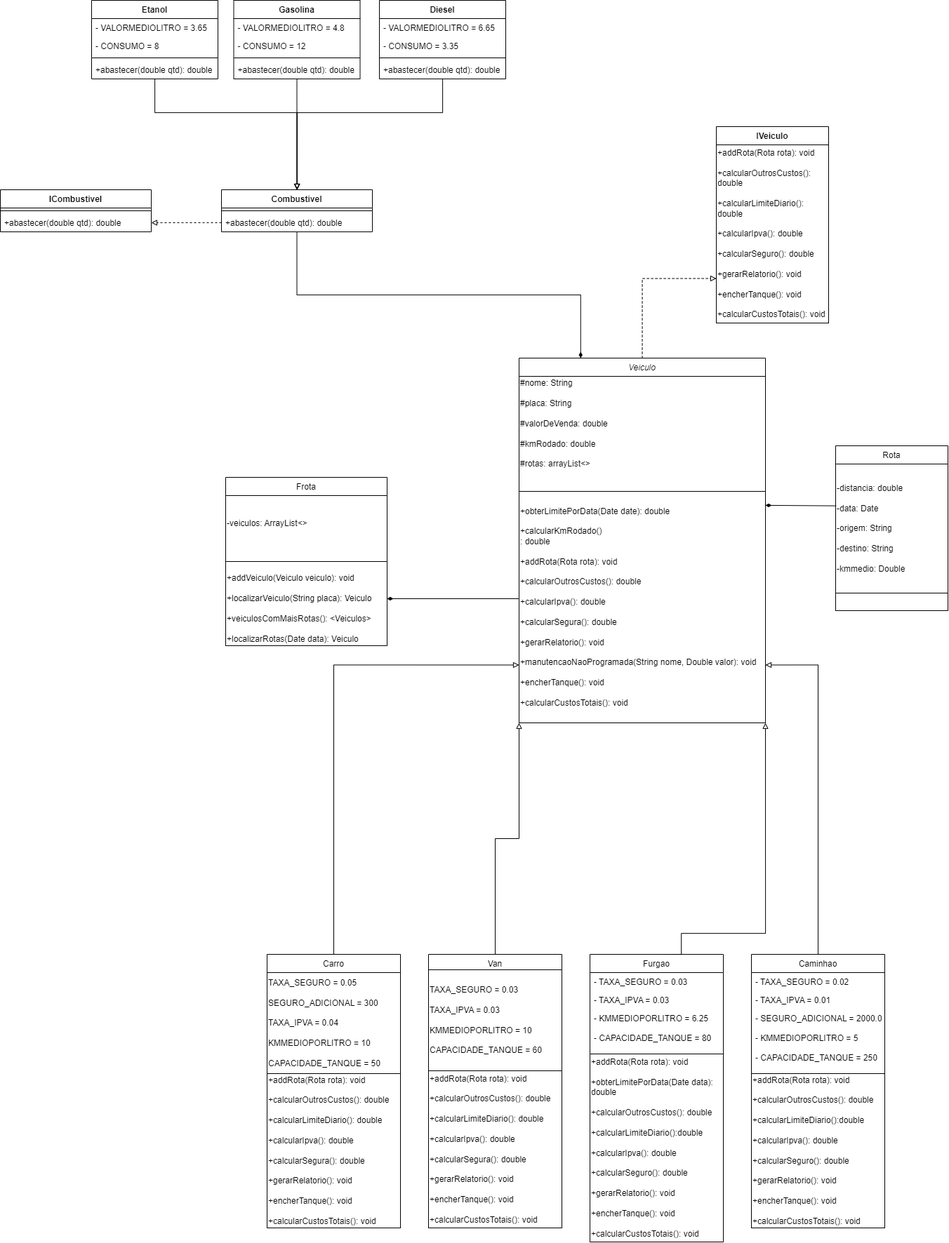
This is docs/diagramas/Diagrama de Classes 4.png from DisciplinasProgramacao/projetos-3-4-5-grupo-8, a draw.io export, as it was before one commit. Source tidied: cells renumbered, new cells last; positions are measured from the earlier drawing's top-left corner, leaving out a move shared by most shapes.
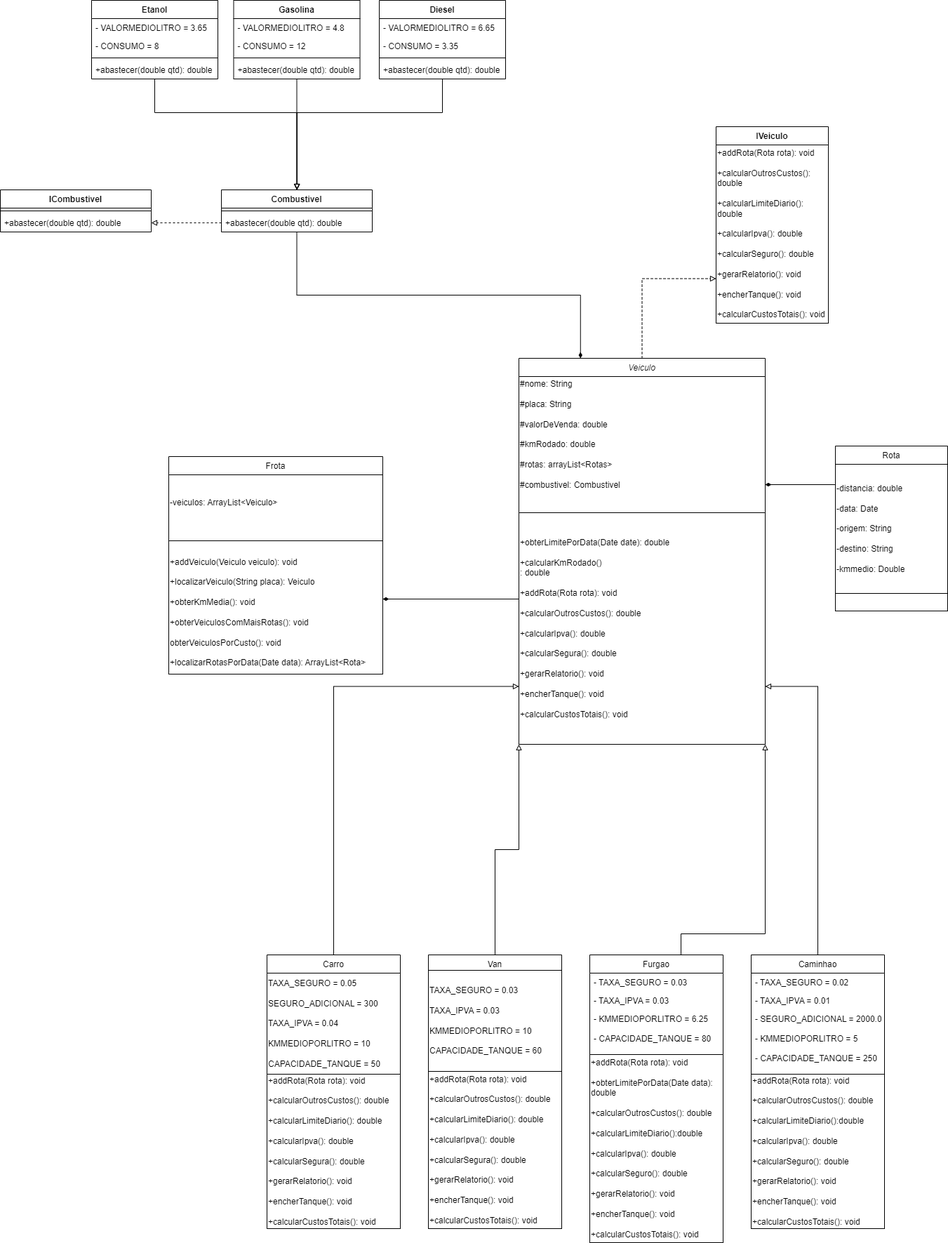
The same file after the commit.

Diff of the diagram source:
```diff
@@ -6,13 +6,13 @@
       <mxGeometry relative="1" as="geometry" />
     </mxCell>
     <mxCell id="3" value="Veiculo" style="swimlane;fontStyle=2;align=center;verticalAlign=top;horizontal=1;startSize=26;rounded=0;shadow=0;strokeWidth=1;" parent="1" vertex="1">
-      <mxGeometry x="739" y="510" width="351" height="520" as="geometry" />
+      <mxGeometry x="739" y="510" width="351" height="550" as="geometry" />
     </mxCell>
-    <mxCell id="4" value="&lt;div&gt;#nome: String&lt;/div&gt;&lt;div&gt;&lt;br&gt;&lt;/div&gt;&lt;div&gt;#placa: String&lt;/div&gt;&lt;div&gt;&lt;br&gt;&lt;/div&gt;&lt;div&gt;#valorDeVenda: double&lt;/div&gt;&lt;div&gt;&lt;br&gt;&lt;/div&gt;&lt;div&gt;#kmRodado: double&lt;/div&gt;&lt;div&gt;&lt;br&gt;&lt;/div&gt;&lt;div&gt;#rotas: arrayList&amp;lt;&amp;gt;&lt;br&gt;&lt;/div&gt;&lt;div&gt;&lt;br&gt;&lt;/div&gt;&lt;div&gt;&lt;br&gt;&lt;/div&gt;" style="rounded=0;whiteSpace=wrap;html=1;align=left;" parent="3" vertex="1">
-      <mxGeometry y="26" width="351" height="164" as="geometry" />
+    <mxCell id="4" value="&lt;div&gt;#nome: String&lt;/div&gt;&lt;div&gt;&lt;br&gt;&lt;/div&gt;&lt;div&gt;#placa: String&lt;/div&gt;&lt;div&gt;&lt;br&gt;&lt;/div&gt;&lt;div&gt;#valorDeVenda: double&lt;/div&gt;&lt;div&gt;&lt;br&gt;&lt;/div&gt;&lt;div&gt;#kmRodado: double&lt;/div&gt;&lt;div&gt;&lt;br&gt;&lt;/div&gt;&lt;div&gt;#rotas: arrayList&amp;lt;Rotas&amp;gt;&lt;br&gt;&lt;/div&gt;&lt;div&gt;&lt;br&gt;&lt;/div&gt;&lt;div&gt;#combustivel: Combustivel&lt;/div&gt;&lt;div&gt;&lt;br&gt;&lt;/div&gt;&lt;div&gt;&lt;br&gt;&lt;/div&gt;" style="rounded=0;whiteSpace=wrap;html=1;align=left;" parent="3" vertex="1">
+      <mxGeometry y="26" width="351" height="194" as="geometry" />
     </mxCell>
-    <mxCell id="5" value="&lt;div&gt;&lt;span style=&quot;background-color: initial;&quot;&gt;+obterLimitePorData(Date date): double&lt;/span&gt;&lt;br&gt;&lt;/div&gt;&lt;div&gt;&lt;br&gt;&lt;/div&gt;&lt;div&gt;+calcularKmRodado()&lt;br&gt;&lt;/div&gt;&lt;div&gt;: double&lt;/div&gt;&lt;div&gt;&lt;br&gt;&lt;/div&gt;&lt;div&gt;+addRota(Rota rota): void&lt;/div&gt;&lt;div&gt;&lt;br&gt;&lt;/div&gt;&lt;div&gt;+calcularOutrosCustos(): double&lt;/div&gt;&lt;div&gt;&lt;br&gt;&lt;/div&gt;&lt;div&gt;+calcularIpva(): double&lt;/div&gt;&lt;div&gt;&lt;br&gt;&lt;/div&gt;&lt;div&gt;+calcularSegura(): double&lt;/div&gt;&lt;div&gt;&lt;br&gt;&lt;/div&gt;&lt;div&gt;+gerarRelatorio(): void&lt;br&gt;&lt;/div&gt;&lt;div&gt;&lt;br&gt;&lt;/div&gt;&lt;div&gt;+manutencaoNaoProgramada(String nome, Double valor): void&amp;nbsp;&lt;/div&gt;&lt;div&gt;&lt;br&gt;&lt;/div&gt;&lt;div&gt;+encherTanque(): void&lt;br&gt;&lt;/div&gt;&lt;div&gt;&lt;br&gt;&lt;/div&gt;&lt;div&gt;+calcularCustosTotais(): void&lt;br&gt;&lt;/div&gt;" style="rounded=0;whiteSpace=wrap;html=1;align=left;" parent="3" vertex="1">
-      <mxGeometry y="190" width="351" height="330" as="geometry" />
+    <mxCell id="5" value="&lt;div&gt;&lt;span style=&quot;background-color: initial;&quot;&gt;+obterLimitePorData(Date date): double&lt;/span&gt;&lt;br&gt;&lt;/div&gt;&lt;div&gt;&lt;br&gt;&lt;/div&gt;&lt;div&gt;+calcularKmRodado()&lt;br&gt;&lt;/div&gt;&lt;div&gt;: double&lt;/div&gt;&lt;div&gt;&lt;br&gt;&lt;/div&gt;&lt;div&gt;+addRota(Rota rota): void&lt;/div&gt;&lt;div&gt;&lt;br&gt;&lt;/div&gt;&lt;div&gt;+calcularOutrosCustos(): double&lt;/div&gt;&lt;div&gt;&lt;br&gt;&lt;/div&gt;&lt;div&gt;+calcularIpva(): double&lt;/div&gt;&lt;div&gt;&lt;br&gt;&lt;/div&gt;&lt;div&gt;+calcularSegura(): double&lt;/div&gt;&lt;div&gt;&lt;br&gt;&lt;/div&gt;&lt;div&gt;+gerarRelatorio(): void&lt;br&gt;&lt;/div&gt;&lt;div&gt;&lt;br&gt;&lt;/div&gt;&lt;div&gt;+encherTanque(): void&lt;br&gt;&lt;/div&gt;&lt;div&gt;&lt;br&gt;&lt;/div&gt;&lt;div&gt;+calcularCustosTotais(): void&lt;br&gt;&lt;/div&gt;" style="rounded=0;whiteSpace=wrap;html=1;align=left;" parent="3" vertex="1">
+      <mxGeometry y="220" width="351" height="330" as="geometry" />
     </mxCell>
     <mxCell id="6" value="Rota" style="swimlane;fontStyle=0;align=center;verticalAlign=top;horizontal=1;startSize=26;rounded=0;shadow=0;strokeWidth=1;" parent="1" vertex="1">
       <mxGeometry x="1190" y="635" width="160" height="210" as="geometry" />
@@ -20,8 +20,12 @@
     <mxCell id="7" value="&lt;div&gt;-distancia: double&lt;/div&gt;&lt;div&gt;&lt;br&gt;&lt;/div&gt;&lt;div&gt;-data: Date&lt;/div&gt;&lt;div&gt;&lt;br&gt;&lt;/div&gt;&lt;div&gt;-origem: String&lt;/div&gt;&lt;div&gt;&lt;br&gt;&lt;/div&gt;&lt;div&gt;-destino: String&lt;br&gt;&lt;/div&gt;&lt;div&gt;&lt;br&gt;&lt;/div&gt;&lt;div&gt;-kmmedio: Double&lt;/div&gt;" style="rounded=0;whiteSpace=wrap;html=1;fontSize=12;align=left;" parent="6" vertex="1">
       <mxGeometry y="26" width="160" height="184" as="geometry" />
     </mxCell>
-    <mxCell id="8" style="endArrow=diamondThin;shadow=0;strokeWidth=1;rounded=0;endFill=1;edgeStyle=elbowEdgeStyle;elbow=vertical;exitX=0.004;exitY=0.324;exitDx=0;exitDy=0;exitPerimeter=0;align=left;" parent="1" edge="1" source="7" target="5">
+    <mxCell id="8" style="endArrow=diamondThin;shadow=0;strokeWidth=1;rounded=0;endFill=1;edgeStyle=elbowEdgeStyle;elbow=vertical;align=left;" parent="1" edge="1" target="4">
       <mxGeometry x="0.5" y="41" relative="1" as="geometry">
+        <mxPoint x="1190" y="700" as="sourcePoint" />
+        <Array as="points">
+          <mxPoint x="1160" y="690" />
+        </Array>
         <mxPoint x="-40" y="32" as="offset" />
       </mxGeometry>
     </mxCell>
@@ -50,10 +54,10 @@
       <mxGeometry y="78" width="190" height="92" as="geometry" />
     </mxCell>
     <mxCell id="17" value="Frota" style="swimlane;fontStyle=0;align=center;verticalAlign=top;horizontal=1;startSize=26;rounded=0;shadow=0;strokeWidth=1;" parent="1" vertex="1">
-      <mxGeometry x="321" y="680" width="230" height="120" as="geometry" />
+      <mxGeometry x="240" y="650" width="305" height="120" as="geometry" />
     </mxCell>
-    <mxCell id="18" value="&lt;font style=&quot;font-size: 12px;&quot;&gt;-veiculos: ArrayList&amp;lt;&amp;gt;&lt;br&gt;&lt;br&gt;&lt;/font&gt;" style="rounded=0;whiteSpace=wrap;html=1;fontSize=8;align=left;" parent="17" vertex="1">
-      <mxGeometry y="26" width="230" height="94" as="geometry" />
+    <mxCell id="18" value="&lt;font style=&quot;font-size: 12px;&quot;&gt;-veiculos: ArrayList&amp;lt;Veiculo&amp;gt;&lt;br&gt;&lt;br&gt;&lt;/font&gt;" style="rounded=0;whiteSpace=wrap;html=1;fontSize=8;align=left;" parent="17" vertex="1">
+      <mxGeometry y="26" width="305" height="94" as="geometry" />
     </mxCell>
     <mxCell id="19" value="Furgao" style="swimlane;fontStyle=0;horizontal=1;startSize=26;fillColor=none;align=center;" parent="1" vertex="1">
       <mxGeometry x="840" y="1360" width="190" height="142" as="geometry" />
@@ -86,7 +90,11 @@
       <mxGeometry x="610" y="1526" width="190" height="224" as="geometry" />
     </mxCell>
     <mxCell id="29" style="edgeStyle=orthogonalEdgeStyle;rounded=0;jettySize=auto;html=1;exitX=0.5;exitY=0;exitDx=0;exitDy=0;entryX=0;entryY=0.75;entryDx=0;entryDy=0;endArrow=block;endFill=0;align=left;" parent="1" edge="1" source="9" target="5">
-      <mxGeometry relative="1" as="geometry" />
+      <mxGeometry relative="1" as="geometry">
+        <Array as="points">
+          <mxPoint x="475" y="978" />
+        </Array>
+      </mxGeometry>
     </mxCell>
     <mxCell id="30" style="edgeStyle=orthogonalEdgeStyle;rounded=0;jettySize=auto;html=1;exitX=0.5;exitY=0;exitDx=0;exitDy=0;entryX=1;entryY=0.75;entryDx=0;entryDy=0;endArrow=block;endFill=0;align=left;" parent="1" edge="1" source="13" target="5">
       <mxGeometry relative="1" as="geometry" />
@@ -102,8 +110,8 @@
         </Array>
       </mxGeometry>
     </mxCell>
-    <mxCell id="33" value="&lt;div&gt;&lt;br&gt;&lt;/div&gt;&lt;div&gt;+addVeiculo(Veiculo veiculo): void&lt;/div&gt;&lt;div&gt;&lt;br&gt;&lt;/div&gt;&lt;div&gt;+localizarVeiculo(String placa): Veiculo&lt;br&gt;&lt;/div&gt;&lt;div&gt;&lt;br&gt;&lt;/div&gt;&lt;div&gt;+veiculosComMaisRotas(): &amp;lt;Veiculos&amp;gt;&lt;/div&gt;&lt;div&gt;&lt;br&gt;&lt;/div&gt;&lt;div&gt;+localizarRotas(Date data): Veiculo&lt;/div&gt;" style="rounded=0;whiteSpace=wrap;html=1;fontSize=12;align=left;" parent="1" vertex="1">
-      <mxGeometry x="321" y="800" width="230" height="120" as="geometry" />
+    <mxCell id="33" value="&lt;div&gt;&lt;br&gt;&lt;/div&gt;&lt;div&gt;+addVeiculo(Veiculo veiculo): void&lt;/div&gt;&lt;div&gt;&lt;br&gt;&lt;/div&gt;&lt;div&gt;+localizarVeiculo(String placa): Veiculo&lt;br&gt;&lt;/div&gt;&lt;div&gt;&lt;br&gt;&lt;/div&gt;&lt;div&gt;+obterKmMedia(): void&lt;/div&gt;&lt;div&gt;&lt;br&gt;&lt;/div&gt;&lt;div&gt;+obterVeiculosComMaisRotas(): void&lt;/div&gt;&lt;div&gt;&lt;br&gt;&lt;/div&gt;&lt;div&gt;obterVeiculosPorCusto(): void&lt;br&gt;&lt;/div&gt;&lt;div&gt;&lt;br&gt;&lt;/div&gt;&lt;div&gt;+localizarRotasPorData(Date data): ArrayList&amp;lt;Rota&amp;gt;&lt;/div&gt;" style="rounded=0;whiteSpace=wrap;html=1;fontSize=12;align=left;" parent="1" vertex="1">
+      <mxGeometry x="240" y="770" width="305" height="190" as="geometry" />
     </mxCell>
     <mxCell id="34" value="&lt;div&gt;&lt;br&gt;&lt;/div&gt;" style="rounded=0;whiteSpace=wrap;html=1;fontSize=12;align=left;" parent="1" vertex="1">
       <mxGeometry x="1190" y="845" width="160" height="25" as="geometry" />
```
